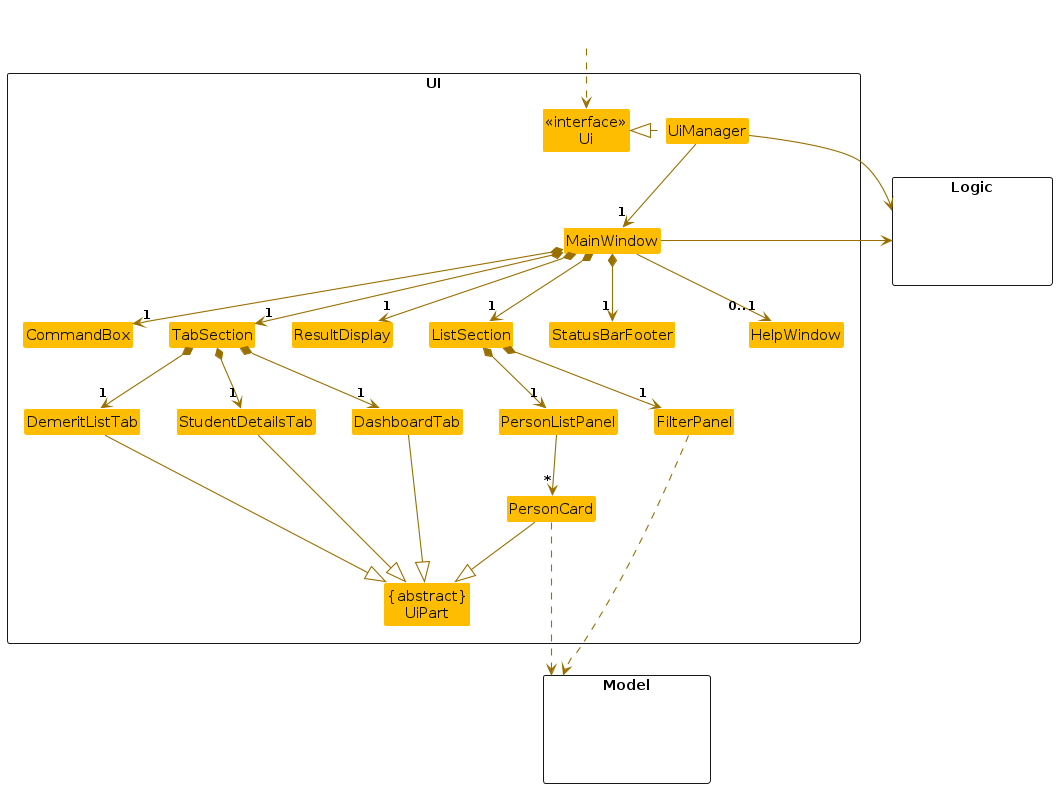
AY2526S2-CS2103T-T15-1/tp keeps this PlantUML diagram as diagrams/UiClassDiagram.png. Above is the earlier version. Its source is kept beside it as diagrams/UiClassDiagram.puml. Source of this version:
```plantuml
@startuml
!include style.puml
skinparam arrowThickness 1.1
skinparam arrowColor UI_COLOR_T4
skinparam classBackgroundColor UI_COLOR
skinparam class {
    FontColor UI_TEXT_DARK
}
skinparam class<<Hidden>> {
    FontColor white
    BackgroundColor white
}

package UI <<Rectangle>>{
Class "<<interface>>\nUi" as Ui
Class "{abstract}\nUiPart" as UiPart
Class UiManager
Class MainWindow
Class HelpWindow
Class ResultDisplay
Class PersonListPanel
Class PersonCard
Class StatusBarFooter
Class CommandBox

Class TabSection
Class ListSection
Class StudentDetailsTab
Class DashboardTab
Class FilterPanel
Class DemeritListTab
}

package Model <<Rectangle>> {
Class HiddenModel <<Hidden>>
}

package Logic <<Rectangle>> {
Class HiddenLogic <<Hidden>>
}

Class HiddenOutside <<Hidden>>
HiddenOutside ..> Ui

UiManager .left.|> Ui
UiManager -down-> "1" MainWindow

MainWindow -down-> "0..1" HelpWindow
MainWindow *-down->  "1" CommandBox
MainWindow *-down-> "1" ResultDisplay
MainWindow *-down-> "1" TabSection
MainWindow *-down-> "1" ListSection
MainWindow *-down-> "1" StatusBarFooter

TabSection *-down-> "1" StudentDetailsTab
TabSection *-down-> "1" DashboardTab
TabSection *-down-> "1" DemeritListTab

ListSection *--> "1" FilterPanel
ListSection *--> "1" PersonListPanel

PersonListPanel -down-> "*" PersonCard

PersonCard --|> UiPart
DemeritListTab --|> UiPart
DashboardTab --|> UiPart
StudentDetailsTab --|> UiPart

PersonCard .down.> Model
FilterPanel .down.> Model

UiManager -right-> Logic
MainWindow -left-> Logic

CommandBox -[hidden]right- TabSection
ListSection -[hidden]right- StatusBarFooter
TabSection -[hidden]right- CommandBox
ResultDisplay -[hidden]right- ListSection
UiPart -[hidden]down- Model
TabSection -[hidden]right- ResultDisplay
DashboardTab -[hidden]right- DemeritListTab
DemeritListTab -[hidden]right- StudentDetailsTab

MainWindow -[hidden]-|> UiPart
@enduml
```
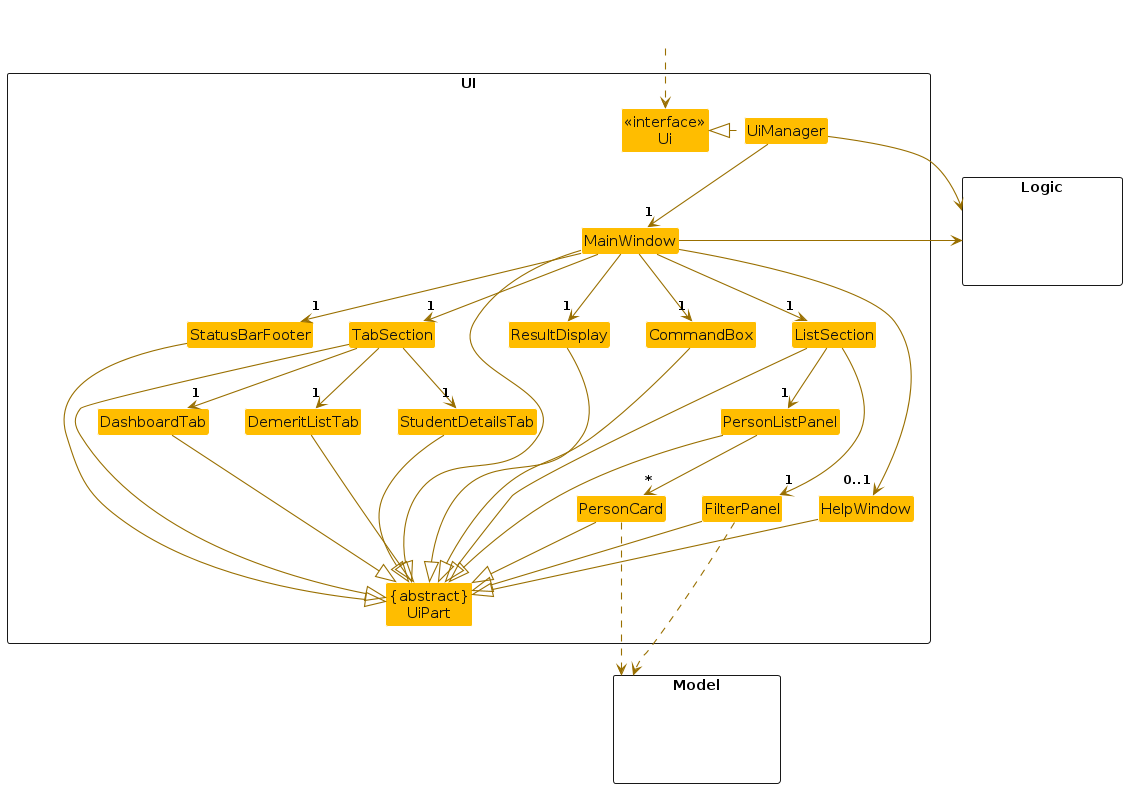
After the change.

Diff of the diagram source:
```diff
@@ -46,18 +46,18 @@
 UiManager -down-> "1" MainWindow
 
 MainWindow -down-> "0..1" HelpWindow
-MainWindow *-down->  "1" CommandBox
-MainWindow *-down-> "1" ResultDisplay
-MainWindow *-down-> "1" TabSection
-MainWindow *-down-> "1" ListSection
-MainWindow *-down-> "1" StatusBarFooter
+MainWindow -down-> "1" CommandBox
+MainWindow -down-> "1" ResultDisplay
+MainWindow -down-> "1" TabSection
+MainWindow -down-> "1" ListSection
+MainWindow -down-> "1" StatusBarFooter
 
-TabSection *-down-> "1" StudentDetailsTab
-TabSection *-down-> "1" DashboardTab
-TabSection *-down-> "1" DemeritListTab
+TabSection -down-> "1" StudentDetailsTab
+TabSection -down-> "1" DashboardTab
+TabSection -down-> "1" DemeritListTab
 
-ListSection *--> "1" FilterPanel
-ListSection *--> "1" PersonListPanel
+ListSection --> "1" FilterPanel
+ListSection --> "1" PersonListPanel
 
 PersonListPanel -down-> "*" PersonCard
 
@@ -65,6 +65,15 @@
 DemeritListTab --|> UiPart
 DashboardTab --|> UiPart
 StudentDetailsTab --|> UiPart
+CommandBox --|> UiPart
+TabSection --|> UiPart
+ListSection --|> UiPart
+StatusBarFooter --|> UiPart
+ResultDisplay --|> UiPart
+HelpWindow --|> UiPart
+PersonListPanel --|> UiPart
+FilterPanel --|> UiPart
+MainWindow --|> UiPart
 
 PersonCard .down.> Model
 FilterPanel .down.> Model
```
